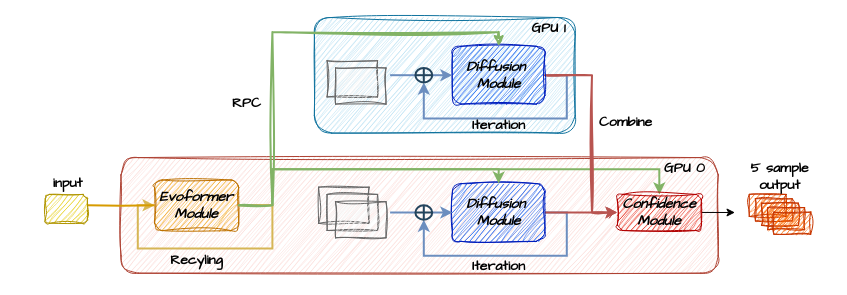
ShizhongP/dl-notes keeps this draw.io diagram as assets/未命名绘图.drawio. Above is the earlier version. Source tidied: cells renumbered, new cells numbered last; positions are measured from the earlier drawing's top-left corner, leaving out a move shared by most shapes. Both pictures are drawn from the tidied source at 100%, with x=0, y=0 at pixel (17, 17).
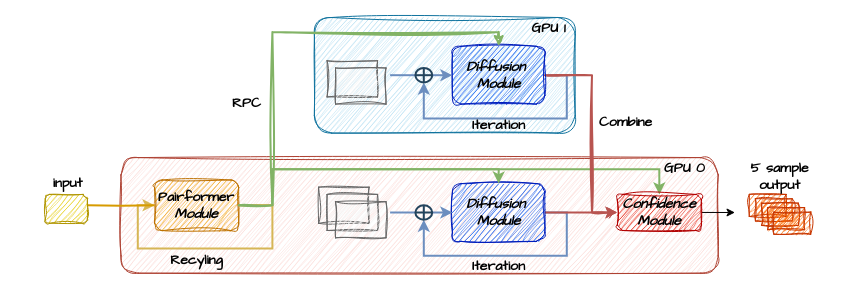
The same diagram, later.

Commit message:
更新未命名绘图.drawio

Unchanged cells that the change refers to:
```xml
<mxCell id="2" style="group;fontSize=14;fontStyle=1;" parent="1" vertex="1">
  <mxGeometry width="813" height="260" as="geometry" />
</mxCell>
```

Diff of the diagram source:
```diff
@@
-    <mxCell id="10" value="&lt;span&gt;&lt;i&gt;Evoformer&lt;/i&gt;&lt;/span&gt;&lt;div&gt;&lt;span&gt;&lt;i&gt;Module&lt;/i&gt;&lt;/span&gt;&lt;/div&gt;" style="rounded=1;whiteSpace=wrap;html=1;fillColor=#f0a30a;strokeColor=#BD7000;sketch=1;curveFitting=1;jiggle=2;fontColor=#000000;fontFamily=Comic Sans MS;fontSize=14;fontStyle=1;" parent="2" vertex="1">
+    <mxCell id="10" value="Pairformer&lt;div&gt;&lt;span&gt;&lt;i&gt;Module&lt;/i&gt;&lt;/span&gt;&lt;/div&gt;" style="rounded=1;whiteSpace=wrap;html=1;fillColor=#f0a30a;strokeColor=#BD7000;sketch=1;curveFitting=1;jiggle=2;fontColor=#000000;fontFamily=Comic Sans MS;fontSize=14;fontStyle=1;" parent="2" vertex="1">
       <mxGeometry x="137.1" y="162.5" width="84.1" height="50.6" as="geometry" />
     </mxCell>
```
